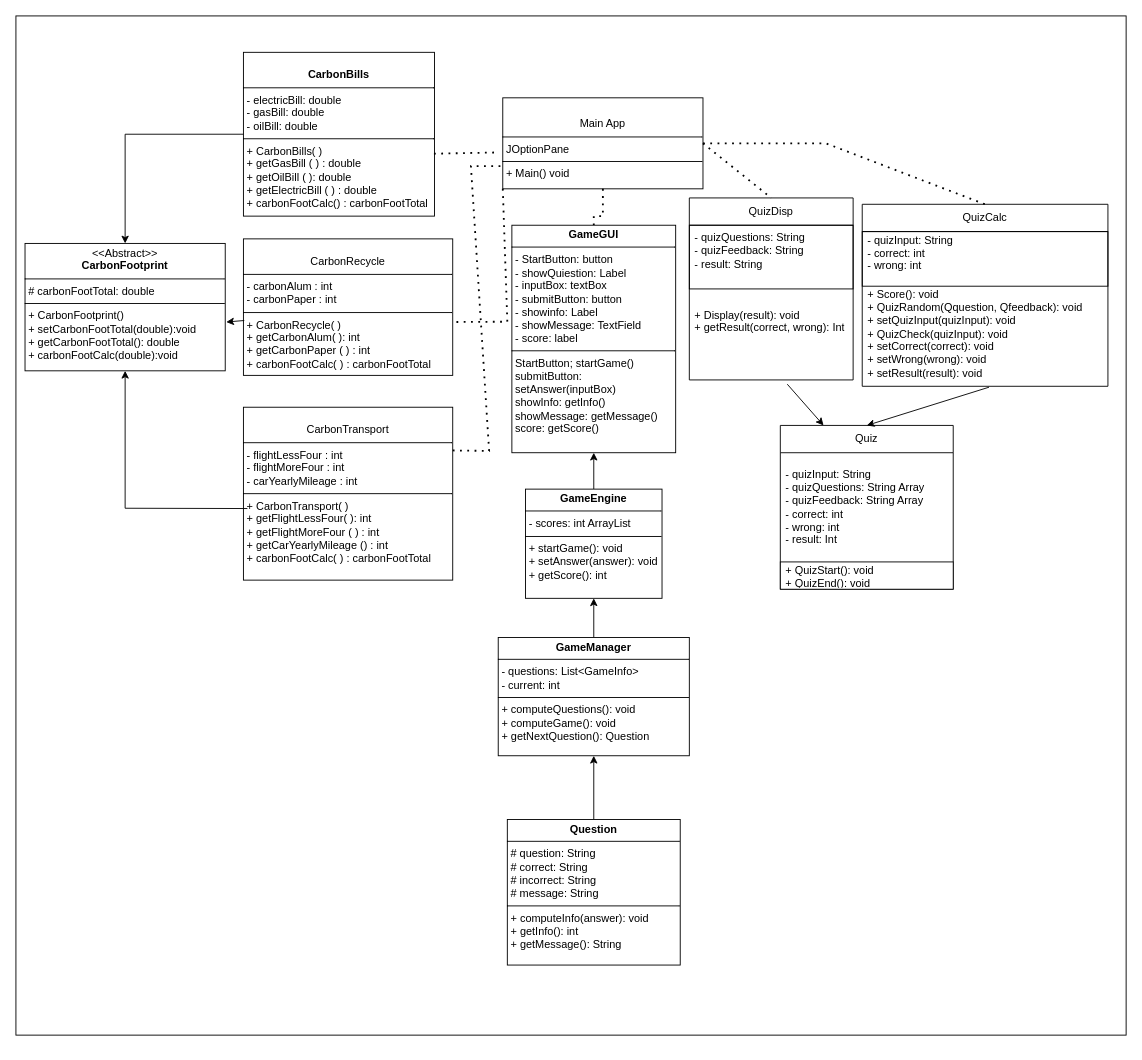
JordanTheCodeless/OOP_SDG_CA keeps this draw.io diagram as ClassDiagram.drawio. Above is the earlier version. Source tidied: cells renumbered, new cells numbered last; positions are measured from the earlier drawing's top-left corner, leaving out a move shared by most shapes. Both pictures are drawn from the tidied source at 91%, with x=0, y=0 at pixel (15, 15).
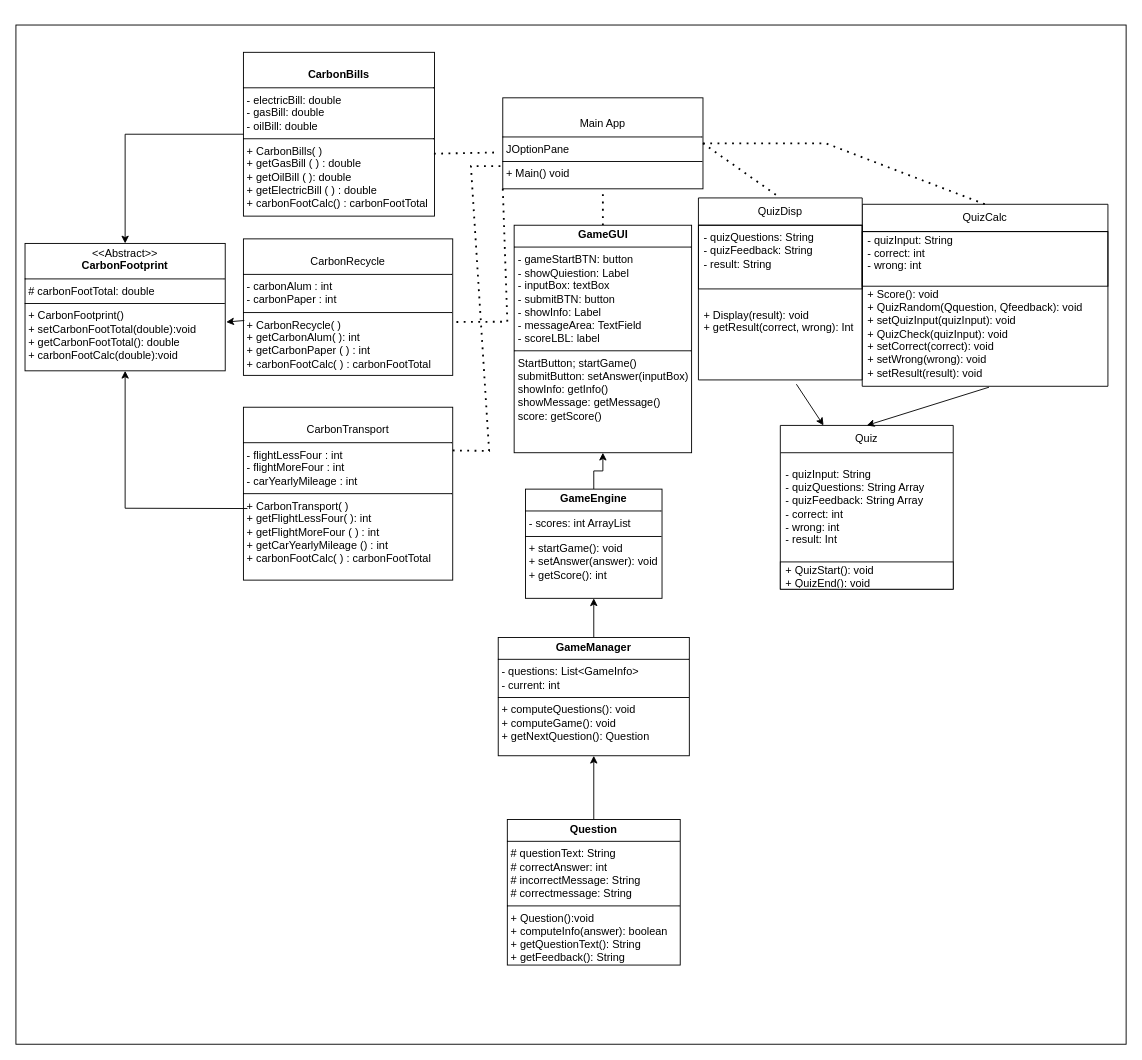
The same diagram, later.

What changed in the source:
```diff
@@
     <mxCell id="2" style="rounded=0;whiteSpace=wrap;html=1;" parent="1" vertex="1">
-      <mxGeometry width="1220" height="1120" as="geometry" />
+      <mxGeometry y="10" width="1220" height="1120" as="geometry" />
     </mxCell>
@@
-    <mxCell id="11" value="&lt;p style=&quot;margin:0px;margin-top:4px;text-align:center;&quot;&gt;&lt;b&gt;Question&lt;/b&gt;&lt;/p&gt;&lt;hr size=&quot;1&quot; style=&quot;border-style:solid;&quot;&gt;&lt;p style=&quot;margin:0px;margin-left:4px;&quot;&gt;&lt;span style=&quot;background-color: initial;&quot;&gt;# question: String&amp;nbsp;&lt;/span&gt;&lt;br&gt;&lt;/p&gt;&lt;p style=&quot;margin:0px;margin-left:4px;&quot;&gt;# correct: String&amp;nbsp;&lt;/p&gt;&lt;p style=&quot;margin:0px;margin-left:4px;&quot;&gt;# incorrect: String&lt;/p&gt;&lt;p style=&quot;margin:0px;margin-left:4px;&quot;&gt;# message: String&lt;/p&gt;&lt;hr size=&quot;1&quot; style=&quot;border-style:solid;&quot;&gt;&lt;p style=&quot;margin:0px;margin-left:4px;&quot;&gt;&lt;span style=&quot;background-color: initial;&quot;&gt;+ computeInfo(answer): void&lt;/span&gt;&lt;/p&gt;&lt;p style=&quot;margin:0px;margin-left:4px;&quot;&gt;+ getInfo(): int&lt;/p&gt;&lt;p style=&quot;margin:0px;margin-left:4px;&quot;&gt;+ getMessage(): String&lt;/p&gt;" style="verticalAlign=top;align=left;overflow=fill;html=1;whiteSpace=wrap;" parent="1" vertex="1">
+    <mxCell id="11" value="&lt;p style=&quot;margin:0px;margin-top:4px;text-align:center;&quot;&gt;&lt;b&gt;Question&lt;/b&gt;&lt;/p&gt;&lt;hr size=&quot;1&quot; style=&quot;border-style:solid;&quot;&gt;&lt;p style=&quot;margin:0px;margin-left:4px;&quot;&gt;&lt;span style=&quot;background-color: initial;&quot;&gt;# questionText: String&amp;nbsp;&lt;/span&gt;&lt;br&gt;&lt;/p&gt;&lt;p style=&quot;margin:0px;margin-left:4px;&quot;&gt;# correctAnswer: int&lt;/p&gt;&lt;p style=&quot;margin:0px;margin-left:4px;&quot;&gt;# incorrectMessage: String&lt;/p&gt;&lt;p style=&quot;margin:0px;margin-left:4px;&quot;&gt;# correctmessage: String&lt;/p&gt;&lt;hr size=&quot;1&quot; style=&quot;border-style:solid;&quot;&gt;&lt;p style=&quot;margin:0px;margin-left:4px;&quot;&gt;&lt;span style=&quot;background-color: initial;&quot;&gt;+ Question():void&lt;/span&gt;&lt;/p&gt;&lt;p style=&quot;margin:0px;margin-left:4px;&quot;&gt;&lt;span style=&quot;background-color: initial;&quot;&gt;+ computeInfo(answer): boolean&lt;/span&gt;&lt;/p&gt;&lt;p style=&quot;margin:0px;margin-left:4px;&quot;&gt;+ getQuestionText(): String&lt;/p&gt;&lt;p style=&quot;margin:0px;margin-left:4px;&quot;&gt;+ getFeedback(): String&lt;/p&gt;" style="verticalAlign=top;align=left;overflow=fill;html=1;whiteSpace=wrap;" parent="1" vertex="1">
       <mxGeometry x="540" y="883" width="190" height="160" as="geometry" />
     </mxCell>
@@
     <mxCell id="18" value="QuizDisp" style="swimlane;fontStyle=0;horizontal=1;startSize=30;whiteSpace=wrap;html=1;" parent="1" vertex="1">
-      <mxGeometry x="740" y="200" width="180" height="200" as="geometry" />
+      <mxGeometry x="750" y="200" width="180" height="200" as="geometry" />
     </mxCell>
@@
-    <mxCell id="35" value="&lt;p style=&quot;margin:0px;margin-top:4px;text-align:center;&quot;&gt;&lt;b&gt;GameGUI&lt;/b&gt;&lt;/p&gt;&lt;hr size=&quot;1&quot; style=&quot;border-style:solid;&quot;&gt;&lt;p style=&quot;margin:0px;margin-left:4px;&quot;&gt;&lt;span style=&quot;background-color: initial;&quot;&gt;- StartButton: button&lt;/span&gt;&lt;/p&gt;&lt;p style=&quot;margin:0px;margin-left:4px;&quot;&gt;&lt;span style=&quot;background-color: initial;&quot;&gt;- showQuiestion: Label&lt;/span&gt;&lt;/p&gt;&lt;p style=&quot;margin:0px;margin-left:4px;&quot;&gt;&lt;span style=&quot;background-color: initial;&quot;&gt;- inputBox: textBox&lt;/span&gt;&lt;/p&gt;&lt;p style=&quot;margin:0px;margin-left:4px;&quot;&gt;&lt;span style=&quot;background-color: initial;&quot;&gt;- submitButton: button&lt;/span&gt;&lt;/p&gt;&lt;p style=&quot;margin:0px;margin-left:4px;&quot;&gt;- showinfo: Label&lt;span style=&quot;background-color: initial;&quot;&gt;&lt;/span&gt;&lt;/p&gt;&lt;p style=&quot;margin:0px;margin-left:4px;&quot;&gt;&lt;span style=&quot;background-color: initial;&quot;&gt;- showMessage: TextField&lt;/span&gt;&lt;/p&gt;&lt;p style=&quot;margin:0px;margin-left:4px;&quot;&gt;&lt;span style=&quot;background-color: initial;&quot;&gt;- score: label&lt;/span&gt;&lt;/p&gt;&lt;hr size=&quot;1&quot; style=&quot;border-style:solid;&quot;&gt;&lt;p style=&quot;margin:0px;margin-left:4px;&quot;&gt;StartButton; startGame()&lt;/p&gt;&lt;p style=&quot;margin:0px;margin-left:4px;&quot;&gt;submitButton: setAnswer(inputBox)&lt;/p&gt;&lt;p style=&quot;margin:0px;margin-left:4px;&quot;&gt;showInfo: getInfo()&lt;/p&gt;&lt;p style=&quot;margin:0px;margin-left:4px;&quot;&gt;showMessage: getMessage()&lt;/p&gt;&lt;p style=&quot;margin:0px;margin-left:4px;&quot;&gt;score: getScore()&lt;/p&gt;" style="verticalAlign=top;align=left;overflow=fill;html=1;whiteSpace=wrap;" parent="1" vertex="1">
-      <mxGeometry x="545" y="230" width="180" height="250" as="geometry" />
+    <mxCell id="35" value="&lt;p style=&quot;margin:0px;margin-top:4px;text-align:center;&quot;&gt;&lt;b&gt;GameGUI&lt;/b&gt;&lt;/p&gt;&lt;hr size=&quot;1&quot; style=&quot;border-style:solid;&quot;&gt;&lt;p style=&quot;margin:0px;margin-left:4px;&quot;&gt;&lt;span style=&quot;background-color: initial;&quot;&gt;- gameStartBTN: button&lt;/span&gt;&lt;/p&gt;&lt;p style=&quot;margin:0px;margin-left:4px;&quot;&gt;&lt;span style=&quot;background-color: initial;&quot;&gt;- showQuiestion: Label&lt;/span&gt;&lt;/p&gt;&lt;p style=&quot;margin:0px;margin-left:4px;&quot;&gt;&lt;span style=&quot;background-color: initial;&quot;&gt;- inputBox: textBox&lt;/span&gt;&lt;/p&gt;&lt;p style=&quot;margin:0px;margin-left:4px;&quot;&gt;&lt;span style=&quot;background-color: initial;&quot;&gt;- submitBTN: button&lt;/span&gt;&lt;/p&gt;&lt;p style=&quot;margin:0px;margin-left:4px;&quot;&gt;- showInfo: Label&lt;span style=&quot;background-color: initial;&quot;&gt;&lt;/span&gt;&lt;/p&gt;&lt;p style=&quot;margin:0px;margin-left:4px;&quot;&gt;&lt;span style=&quot;background-color: initial;&quot;&gt;- messageArea: TextField&lt;/span&gt;&lt;/p&gt;&lt;p style=&quot;margin:0px;margin-left:4px;&quot;&gt;&lt;span style=&quot;background-color: initial;&quot;&gt;- scoreLBL: label&lt;/span&gt;&lt;/p&gt;&lt;hr size=&quot;1&quot; style=&quot;border-style:solid;&quot;&gt;&lt;p style=&quot;margin:0px;margin-left:4px;&quot;&gt;StartButton; startGame()&lt;/p&gt;&lt;p style=&quot;margin:0px;margin-left:4px;&quot;&gt;submitButton: setAnswer(inputBox)&lt;/p&gt;&lt;p style=&quot;margin:0px;margin-left:4px;&quot;&gt;showInfo: getInfo()&lt;/p&gt;&lt;p style=&quot;margin:0px;margin-left:4px;&quot;&gt;showMessage: getMessage()&lt;/p&gt;&lt;p style=&quot;margin:0px;margin-left:4px;&quot;&gt;score: getScore()&lt;/p&gt;" style="verticalAlign=top;align=left;overflow=fill;html=1;whiteSpace=wrap;" parent="1" vertex="1">
+      <mxGeometry x="547.5" y="230" width="195" height="250" as="geometry" />
     </mxCell>
```
